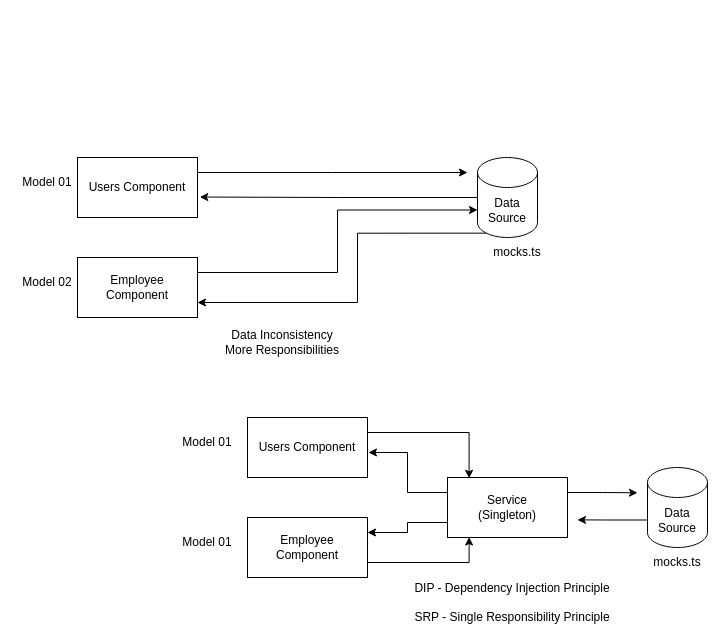
Before: page "Page-5" (5 of 11) of references/ng-diagrams.drawio in synergy2411/ng-oct25, a draw.io diagram. Source tidied: cells renumbered, new cells numbered last; positions are measured from the earlier drawing's top-left corner, leaving out a move shared by most shapes. Both pictures are drawn from the tidied source at 100%, with x=0, y=0 at pixel (17, 157).
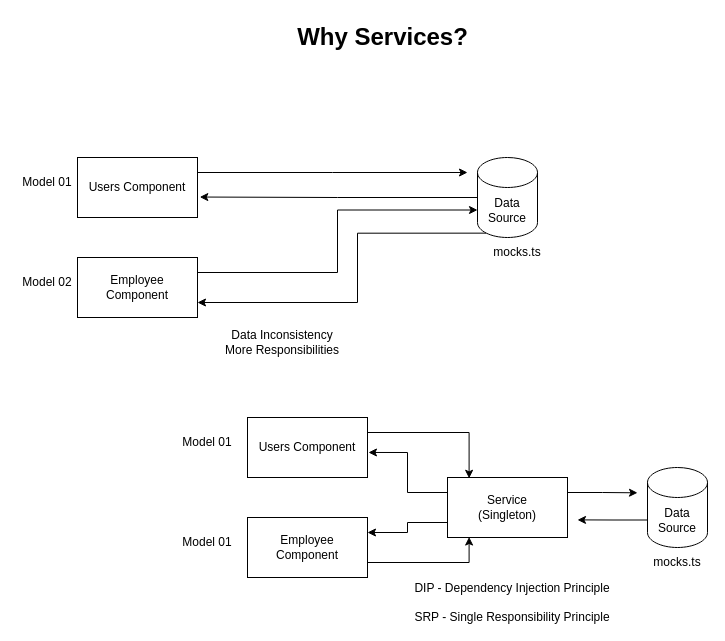
Above is the later version.

Diff of the diagram source:
```diff
@@
+    <mxCell id="27" value="Why Services?" style="text;strokeColor=none;fillColor=none;html=1;fontSize=24;fontStyle=1;verticalAlign=middle;align=center;" parent="1" vertex="1">
+      <mxGeometry x="315" y="-140" width="100" height="40" as="geometry" />
+    </mxCell>
```
